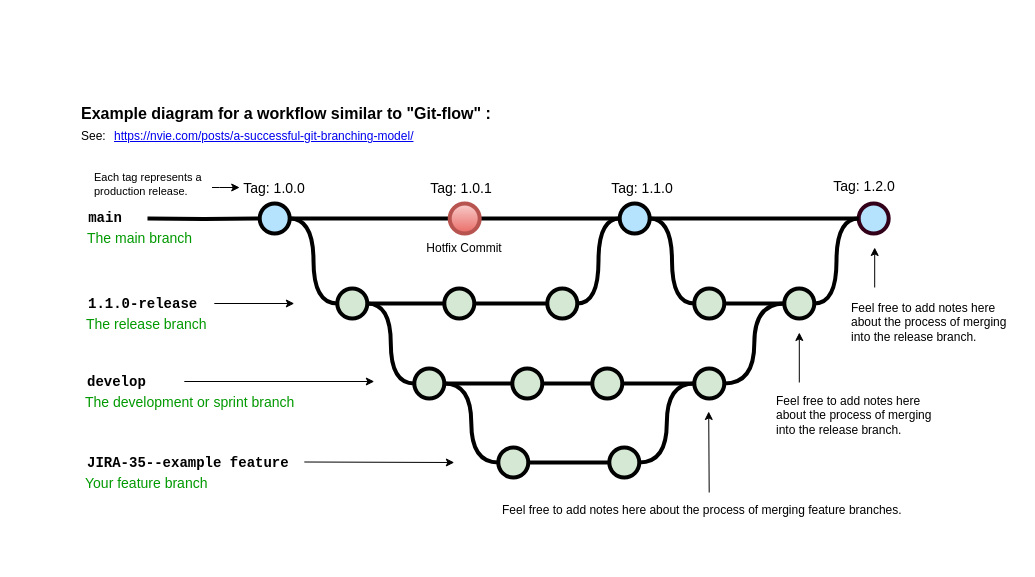
Axely7/RN-ExpoNavigation keeps this draw.io diagram as Untitled Diagram.drawio. Above is the earlier version. Source tidied: cells renumbered, new cells numbered last; positions are measured from the earlier drawing's top-left corner, leaving out a move shared by most shapes. Both pictures are drawn from the tidied source at 100%, with x=0, y=0 at pixel (79, 97).
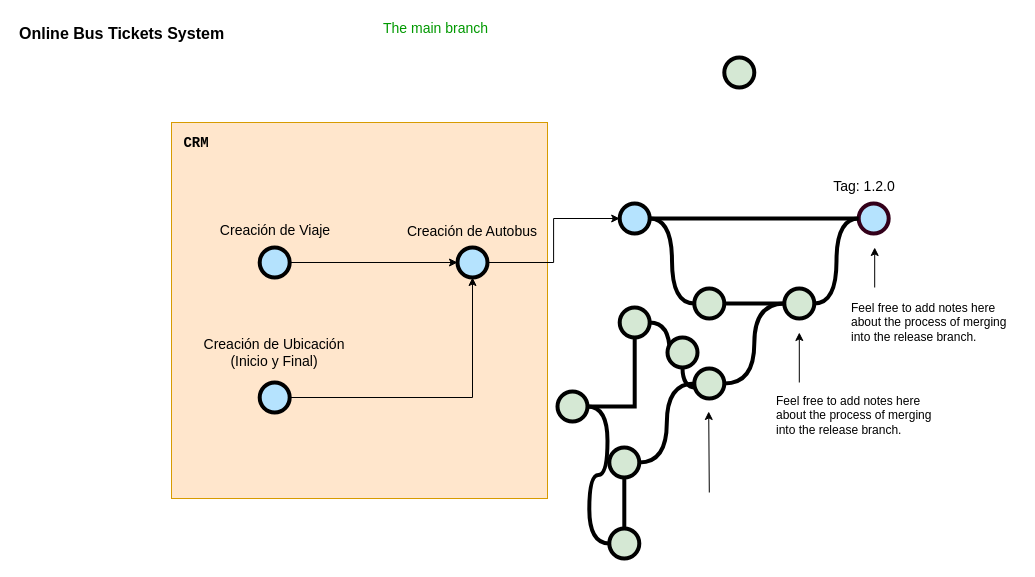
Above is the later version.

The change refers to these unchanged cells:
```xml
<mxCell id="8" style="verticalLabelPosition=bottom;verticalAlign=top;html=1;strokeWidth=4;shape=mxgraph.flowchart.on-page_reference;plain-blue;gradientColor=none;strokeColor=#000000;fillColor=#B5E3FE;" parent="1" vertex="1">
  <mxGeometry x="540.2" y="106" width="30" height="30" as="geometry" />
</mxCell>
```

What changed in the source:
```diff
@@
-    <mxCell id="2" value="Hotfix Commit" style="text;html=1;strokeColor=none;fillColor=none;align=center;verticalAlign=middle;whiteSpace=wrap;overflow=hidden;" parent="1" vertex="1">
-      <mxGeometry x="345.2" y="136" width="80" height="30" as="geometry" />
-    </mxCell>
-    <mxCell id="3" style="edgeStyle=orthogonalEdgeStyle;rounded=0;html=1;jettySize=auto;plain-blue;endArrow=none;endFill=0;strokeWidth=4;strokeColor=#000000;entryX=0;entryY=0.5;entryDx=0;entryDy=0;entryPerimeter=0;" parent="1" edge="1" source="5" target="61">
-      <mxGeometry x="292.2" y="211" as="geometry" />
-    </mxCell>
-    <mxCell id="4" style="edgeStyle=orthogonalEdgeStyle;curved=1;rounded=0;html=1;exitX=1;exitY=0.5;exitPerimeter=0;entryX=0;entryY=0.5;entryPerimeter=0;endArrow=none;endFill=0;jettySize=auto;strokeWidth=4;fontSize=15;" parent="1" edge="1" source="5" target="13">
-      <mxGeometry relative="1" as="geometry" />
-    </mxCell>
+    <mxCell id="63" style="whiteSpace=wrap;html=1;fillColor=#ffe6cc;strokeColor=#d79b00;" parent="1" vertex="1">
+      <mxGeometry x="92" y="25" width="376" height="376" as="geometry" />
+    </mxCell>
-    <mxCell id="5" style="verticalLabelPosition=bottom;verticalAlign=top;html=1;strokeWidth=4;shape=mxgraph.flowchart.on-page_reference;plain-blue;gradientColor=none;fillColor=#B5E3Fe;strokeColor=#000000;" parent="1" vertex="1">
-      <mxGeometry x="180.2" y="106" width="30" height="30" as="geometry" />
+    <mxCell id="5" style="verticalLabelPosition=bottom;verticalAlign=top;html=1;strokeWidth=4;shape=mxgraph.flowchart.on-page_reference;plain-blue;gradientColor=none;fillColor=light-dark(#b4e2fd, #10374e);strokeColor=#000000;" parent="1" vertex="1">
+      <mxGeometry x="180.2" y="150" width="30" height="30" as="geometry" />
     </mxCell>
@@
-    <mxCell id="10" style="edgeStyle=orthogonalEdgeStyle;rounded=0;html=1;jettySize=auto;strokeWidth=4;endArrow=none;endFill=0;" parent="1" edge="1" target="5">
-      <mxGeometry x="192.2" y="211" as="geometry">
-        <mxPoint x="68" y="121" as="sourcePoint" />
-      </mxGeometry>
-    </mxCell>
-    <mxCell id="11" value="main" style="text;html=1;strokeColor=none;fillColor=none;align=center;verticalAlign=middle;whiteSpace=wrap;overflow=hidden;fontSize=14;fontStyle=1;fontFamily=Courier New;" parent="1" vertex="1">
-      <mxGeometry x="1" y="100" width="50" height="42" as="geometry" />
+    <mxCell id="11" value="CRM" style="text;html=1;strokeColor=none;fillColor=none;align=center;verticalAlign=middle;whiteSpace=wrap;overflow=hidden;fontSize=14;fontStyle=1;fontFamily=Courier New;" parent="1" vertex="1">
+      <mxGeometry x="92" y="25" width="50" height="42" as="geometry" />
     </mxCell>
-    <mxCell id="12" style="edgeStyle=orthogonalEdgeStyle;curved=1;rounded=0;html=1;exitX=1;exitY=0.5;exitPerimeter=0;endArrow=none;endFill=0;jettySize=auto;strokeWidth=4;fontSize=15;" parent="1" edge="1" source="13" target="15">
-      <mxGeometry relative="1" as="geometry" />
-    </mxCell>
-    <mxCell id="13" style="verticalLabelPosition=bottom;verticalAlign=top;html=1;strokeWidth=4;shape=mxgraph.flowchart.on-page_reference;plain-purple;gradientColor=none;strokeColor=#000000;fillColor=#D5E8D4;" parent="1" vertex="1">
-      <mxGeometry x="257.8" y="191" width="30" height="30" as="geometry" />
-    </mxCell>
-    <mxCell id="14" style="edgeStyle=orthogonalEdgeStyle;curved=1;rounded=0;html=1;exitX=1;exitY=0.5;exitPerimeter=0;entryX=0;entryY=0.5;entryPerimeter=0;endArrow=none;endFill=0;jettySize=auto;strokeWidth=4;fontSize=15;" parent="1" edge="1" source="15" target="17">
-      <mxGeometry relative="1" as="geometry" />
-    </mxCell>
-    <mxCell id="15" style="verticalLabelPosition=bottom;verticalAlign=top;html=1;strokeWidth=4;shape=mxgraph.flowchart.on-page_reference;plain-purple;gradientColor=none;strokeColor=#000000;fillColor=#D5E8D4;" parent="1" vertex="1">
-      <mxGeometry x="364.8" y="191" width="30" height="30" as="geometry" />
-    </mxCell>
-    <mxCell id="16" style="edgeStyle=orthogonalEdgeStyle;curved=1;rounded=0;html=1;exitX=1;exitY=0.5;exitPerimeter=0;entryX=0;entryY=0.5;entryPerimeter=0;endArrow=none;endFill=0;jettySize=auto;strokeWidth=4;fontSize=15;" parent="1" edge="1" source="17" target="8">
-      <mxGeometry relative="1" as="geometry" />
-    </mxCell>
     <mxCell id="17" style="verticalLabelPosition=bottom;verticalAlign=top;html=1;strokeWidth=4;shape=mxgraph.flowchart.on-page_reference;plain-purple;gradientColor=none;strokeColor=#000000;fillColor=#D5E8D4;" parent="1" vertex="1">
-      <mxGeometry x="467.8" y="191" width="30" height="30" as="geometry" />
+      <mxGeometry x="644.8" y="-40" width="30" height="30" as="geometry" />
     </mxCell>
-    <mxCell id="18" value="1.1.0-release" style="text;html=1;strokeColor=none;fillColor=none;align=left;verticalAlign=middle;whiteSpace=wrap;overflow=hidden;fontSize=14;fontStyle=1;fontFamily=Courier New;" parent="1" vertex="1">
-      <mxGeometry x="6.8" y="196" width="240" height="20" as="geometry" />
-    </mxCell>
@@
-    <mxCell id="20" style="edgeStyle=orthogonalEdgeStyle;rounded=0;jettySize=auto;html=1;entryX=1;entryY=0.5;entryDx=0;entryDy=0;entryPerimeter=0;endArrow=none;endFill=0;strokeWidth=4;curved=1;" parent="1" edge="1" source="22" target="13">
-      <mxGeometry relative="1" as="geometry" />
-    </mxCell>
@@
     <mxCell id="22" style="verticalLabelPosition=bottom;verticalAlign=top;html=1;strokeWidth=4;shape=mxgraph.flowchart.on-page_reference;plain-purple;gradientColor=none;strokeColor=#000000;fillColor=#D5E8D4;" parent="1" vertex="1">
-      <mxGeometry x="334.8" y="271" width="30" height="30" as="geometry" />
+      <mxGeometry x="478" y="294" width="30" height="30" as="geometry" />
     </mxCell>
@@
     <mxCell id="24" style="verticalLabelPosition=bottom;verticalAlign=top;html=1;strokeWidth=4;shape=mxgraph.flowchart.on-page_reference;plain-purple;gradientColor=none;strokeColor=#000000;fillColor=#D5E8D4;" parent="1" vertex="1">
-      <mxGeometry x="432.8" y="271" width="30" height="30" as="geometry" />
+      <mxGeometry x="540.2" y="210" width="30" height="30" as="geometry" />
     </mxCell>
@@
     <mxCell id="26" style="verticalLabelPosition=bottom;verticalAlign=top;html=1;strokeWidth=4;shape=mxgraph.flowchart.on-page_reference;plain-purple;gradientColor=none;strokeColor=#000000;fillColor=#D5E8D4;" parent="1" vertex="1">
-      <mxGeometry x="512.8" y="271" width="30" height="30" as="geometry" />
+      <mxGeometry x="588" y="240" width="30" height="30" as="geometry" />
     </mxCell>
@@
-    <mxCell id="29" value="develop" style="text;html=1;strokeColor=none;fillColor=none;align=left;verticalAlign=middle;whiteSpace=wrap;overflow=hidden;fontSize=14;fontStyle=1;fontFamily=Courier New;" parent="1" vertex="1">
-      <mxGeometry x="5.8" y="274" width="91" height="20" as="geometry" />
-    </mxCell>
@@
     <mxCell id="31" style="verticalLabelPosition=bottom;verticalAlign=top;html=1;strokeWidth=4;shape=mxgraph.flowchart.on-page_reference;plain-purple;gradientColor=none;strokeColor=#000000;fillColor=#D5E8D4;" parent="1" vertex="1">
-      <mxGeometry x="418.8" y="350" width="30" height="30" as="geometry" />
+      <mxGeometry x="529.8" y="431" width="30" height="30" as="geometry" />
     </mxCell>
@@
-    <mxCell id="34" value="JIRA-35--example feature" style="text;html=1;strokeColor=none;fillColor=none;align=left;verticalAlign=middle;whiteSpace=wrap;overflow=hidden;fontSize=14;fontStyle=1;fontFamily=Courier New;" parent="1" vertex="1">
-      <mxGeometry x="5.5" y="355" width="240" height="20" as="geometry" />
-    </mxCell>
-    <mxCell id="35" value="The development or sprint branch" style="text;html=1;strokeColor=none;fillColor=none;align=left;verticalAlign=middle;whiteSpace=wrap;overflow=hidden;fontSize=14;fontStyle=0;fontColor=#009900;" parent="1" vertex="1">
-      <mxGeometry x="3.8" y="294" width="240" height="20" as="geometry" />
-    </mxCell>
-    <mxCell id="36" value="Your feature branch" style="text;html=1;strokeColor=none;fillColor=none;align=left;verticalAlign=middle;whiteSpace=wrap;overflow=hidden;fontSize=14;fontStyle=0;fontColor=#009900;" parent="1" vertex="1">
-      <mxGeometry x="3.8" y="375" width="240" height="20" as="geometry" />
-    </mxCell>
-    <mxCell id="37" value="The release branch" style="text;html=1;strokeColor=none;fillColor=none;align=left;verticalAlign=middle;whiteSpace=wrap;overflow=hidden;fontSize=14;fontStyle=0;fontColor=#009900;" parent="1" vertex="1">
-      <mxGeometry x="4.8" y="216" width="240" height="20" as="geometry" />
-    </mxCell>
     <mxCell id="38" value="The main branch&lt;br&gt;" style="text;html=1;strokeColor=none;fillColor=none;align=left;verticalAlign=middle;whiteSpace=wrap;overflow=hidden;fontSize=14;fontStyle=0;fontColor=#009900;" parent="1" vertex="1">
-      <mxGeometry x="6.2" y="130" width="146.8" height="20" as="geometry" />
+      <mxGeometry x="302" y="-80" width="146.8" height="20" as="geometry" />
     </mxCell>
-    <mxCell id="39" style="endArrow=classic;html=1;strokeWidth=1;fontFamily=Courier New;fontColor=#009900;" parent="1" edge="1">
-      <mxGeometry relative="1" as="geometry">
-        <mxPoint x="224.8" y="364.5" as="sourcePoint" />
-        <mxPoint x="374.8" y="365" as="targetPoint" />
-      </mxGeometry>
-    </mxCell>
-    <mxCell id="40" style="endArrow=classic;html=1;strokeWidth=1;fontFamily=Courier New;fontColor=#009900;" parent="1" edge="1">
-      <mxGeometry relative="1" as="geometry">
-        <mxPoint x="104.8" y="284" as="sourcePoint" />
-        <mxPoint x="294.8" y="284" as="targetPoint" />
-      </mxGeometry>
-    </mxCell>
-    <mxCell id="41" style="endArrow=classic;html=1;strokeWidth=1;fontFamily=Courier New;fontColor=#009900;" parent="1" edge="1">
-      <mxGeometry relative="1" as="geometry">
-        <mxPoint x="134.8" y="206" as="sourcePoint" />
-        <mxPoint x="214.8" y="206" as="targetPoint" />
-      </mxGeometry>
-    </mxCell>
-    <mxCell id="42" value="Tag: 1.1.0" style="text;html=1;strokeColor=none;fillColor=none;align=center;verticalAlign=middle;whiteSpace=wrap;overflow=hidden;fontSize=14;" parent="1" vertex="1">
-      <mxGeometry x="508.2" y="80" width="110" height="20" as="geometry" />
-    </mxCell>
-    <mxCell id="43" value="Tag: 1.0.0" style="text;html=1;strokeColor=none;fillColor=none;align=center;verticalAlign=middle;whiteSpace=wrap;overflow=hidden;fontSize=14;" parent="1" vertex="1">
-      <mxGeometry x="160.2" y="80" width="70" height="20" as="geometry" />
+    <mxCell id="43" value="Creación de Viaje" style="text;html=1;strokeColor=none;fillColor=none;align=center;verticalAlign=middle;whiteSpace=wrap;overflow=hidden;fontSize=14;" parent="1" vertex="1">
+      <mxGeometry x="127.4" y="122" width="137.8" height="20" as="geometry" />
     </mxCell>
@@
-    <mxCell id="49" style="endArrow=classic;html=1;strokeWidth=1;fontFamily=Courier New;fontColor=#009900;exitX=0.5;exitY=0;exitDx=0;exitDy=0;" parent="1" edge="1" source="52">
+    <mxCell id="49" style="endArrow=classic;html=1;strokeWidth=1;fontFamily=Courier New;fontColor=#009900;exitX=0.5;exitY=0;exitDx=0;exitDy=0;" parent="1" edge="1">
       <mxGeometry relative="1" as="geometry">
+        <mxPoint x="629.8" y="395" as="sourcePoint" />
         <mxPoint x="629.2" y="314" as="targetPoint" />
       </mxGeometry>
     </mxCell>
@@
-    <mxCell id="52" value="&lt;div style=&quot;&quot;&gt;&lt;span&gt;Feel free to add notes here about the process of merging feature branches.&lt;/span&gt;&lt;/div&gt;" style="text;html=1;strokeColor=none;fillColor=none;align=left;verticalAlign=middle;whiteSpace=wrap;overflow=hidden;fontSize=12;fontStyle=0;fontColor=#000000;" parent="1" vertex="1">
-      <mxGeometry x="420.6" y="395" width="418.2" height="36" as="geometry" />
-    </mxCell>
-    <mxCell id="53" style="edgeStyle=orthogonalEdgeStyle;rounded=0;jettySize=auto;html=1;fontSize=12;fontColor=#000000;entryX=0;entryY=0.5;entryDx=0;entryDy=0;" parent="1" edge="1" source="54" target="43">
-      <mxGeometry relative="1" as="geometry">
-        <Array as="points">
-          <mxPoint x="140.2" y="90" />
-          <mxPoint x="140.2" y="90" />
-        </Array>
-      </mxGeometry>
-    </mxCell>
-    <mxCell id="54" value="&lt;span style=&quot;text-align: center; font-size: 11px;&quot;&gt;Each tag represents a production release.&lt;/span&gt;" style="text;html=1;strokeColor=none;fillColor=none;align=left;verticalAlign=middle;whiteSpace=wrap;overflow=hidden;fontSize=11;fontStyle=0;fontColor=#000000;" parent="1" vertex="1">
-      <mxGeometry x="12.5" y="68" width="120" height="38" as="geometry" />
-    </mxCell>
-    <mxCell id="55" value="Example diagram for a workflow similar to &quot;Git-flow&quot; :" style="text;whiteSpace=wrap;html=1;fontStyle=1;fontSize=16;" parent="1" vertex="1">
-      <mxGeometry x="0.2" width="427.8" height="20" as="geometry" />
+    <mxCell id="55" value="Online Bus Tickets System" style="text;whiteSpace=wrap;html=1;fontStyle=1;fontSize=16;" parent="1" vertex="1">
+      <mxGeometry x="-62" y="-80" width="220" height="20" as="geometry" />
     </mxCell>
-    <mxCell id="56" value="&lt;a href=&quot;https://nvie.com/posts/a-successful-git-branching-model/&quot;&gt;https://nvie.com/posts/a-successful-git-branching-model/&lt;/a&gt;" style="text;whiteSpace=wrap;html=1;" parent="1" vertex="1">
-      <mxGeometry x="33" y="25" width="355" height="20" as="geometry" />
-    </mxCell>
-    <mxCell id="57" value="See:" style="text;whiteSpace=wrap;html=1;" parent="1" vertex="1">
-      <mxGeometry x="0.2" y="25" width="32.8" height="20" as="geometry" />
-    </mxCell>
@@
-    <mxCell id="60" style="edgeStyle=orthogonalEdgeStyle;rounded=0;jettySize=auto;html=1;fontSize=15;endArrow=none;endFill=0;strokeWidth=4;entryX=0;entryY=0.5;entryDx=0;entryDy=0;entryPerimeter=0;" parent="1" edge="1" source="61" target="8">
-      <mxGeometry relative="1" as="geometry" />
-    </mxCell>
-    <mxCell id="61" style="verticalLabelPosition=bottom;verticalAlign=top;html=1;strokeWidth=4;shape=mxgraph.flowchart.on-page_reference;plain-blue;gradientColor=#EA6B66;strokeColor=#B85450;fillColor=#F8CECC;" parent="1" vertex="1">
-      <mxGeometry x="370.2" y="106" width="30" height="30" as="geometry" />
-    </mxCell>
-    <mxCell id="62" value="Tag: 1.0.1" style="text;html=1;strokeColor=none;fillColor=none;align=center;verticalAlign=middle;whiteSpace=wrap;overflow=hidden;fontSize=14;" parent="1" vertex="1">
-      <mxGeometry x="346.5" y="80" width="70" height="20" as="geometry" />
-    </mxCell>
+    <mxCell id="64" style="verticalLabelPosition=bottom;verticalAlign=top;html=1;strokeWidth=4;shape=mxgraph.flowchart.on-page_reference;plain-blue;gradientColor=none;strokeColor=#000000;fillColor=#B5E3FE;" parent="1" vertex="1">
+      <mxGeometry x="180.2" y="285" width="30" height="30" as="geometry" />
+    </mxCell>
+    <mxCell id="65" value="Creación de Ubicación &lt;br&gt;&lt;div&gt;(Inicio y Final)&lt;/div&gt;" style="text;html=1;strokeColor=none;fillColor=none;align=center;verticalAlign=middle;whiteSpace=wrap;overflow=hidden;fontSize=14;" parent="1" vertex="1">
+      <mxGeometry x="69.4" y="225" width="251.6" height="60" as="geometry" />
+    </mxCell>
+    <mxCell id="66" style="verticalLabelPosition=bottom;verticalAlign=top;html=1;strokeWidth=4;shape=mxgraph.flowchart.on-page_reference;plain-blue;gradientColor=none;strokeColor=#000000;fillColor=#B5E3FE;" parent="1" vertex="1">
+      <mxGeometry x="378" y="150" width="30" height="30" as="geometry" />
+    </mxCell>
+    <mxCell id="67" value="Creación de Autobus" style="text;html=1;strokeColor=none;fillColor=none;align=center;verticalAlign=middle;whiteSpace=wrap;overflow=hidden;fontSize=14;" parent="1" vertex="1">
+      <mxGeometry x="324.1" y="123" width="137.8" height="20" as="geometry" />
+    </mxCell>
+    <mxCell id="68" style="edgeStyle=orthogonalEdgeStyle;rounded=0;jettySize=auto;html=1;exitX=1;exitY=0.5;exitDx=0;exitDy=0;exitPerimeter=0;entryX=0.5;entryY=1;entryDx=0;entryDy=0;entryPerimeter=0;" parent="1" edge="1" source="64" target="66">
+      <mxGeometry relative="1" as="geometry" />
+    </mxCell>
+    <mxCell id="69" style="edgeStyle=orthogonalEdgeStyle;rounded=0;jettySize=auto;html=1;entryX=0;entryY=0.5;entryDx=0;entryDy=0;entryPerimeter=0;" parent="1" edge="1" source="66" target="8">
+      <mxGeometry relative="1" as="geometry" />
+    </mxCell>
+    <mxCell id="70" style="edgeStyle=orthogonalEdgeStyle;rounded=0;jettySize=auto;html=1;exitX=1;exitY=0.5;exitDx=0;exitDy=0;exitPerimeter=0;entryX=0;entryY=0.5;entryDx=0;entryDy=0;entryPerimeter=0;" parent="1" edge="1" source="5" target="66">
+      <mxGeometry relative="1" as="geometry" />
+    </mxCell>
```
